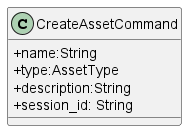
Before: src/PB/DocumentazioneEsterna/Specifica_Tecnica/content/uml/png/CreateAsset/CreateAssetCommand.png, a diagram exported from PlantUML (GroupRubberDuck/Documentazione).
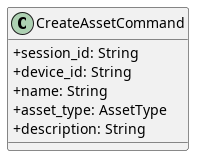
After the commit.

The edit, as a diff of the source:
```diff
@@ -1,9 +1,10 @@
-@startuml
+@startuml CreateAssetCommand
 skinparam classAttributeIconSize 0
     class CreateAssetCommand {
-        + name:String
-        + type:AssetType
-        + description:String
         + session_id: String
+        + device_id: String
+        + name: String
+        + asset_type: AssetType
+        + description: String
     }
 @enduml
```
